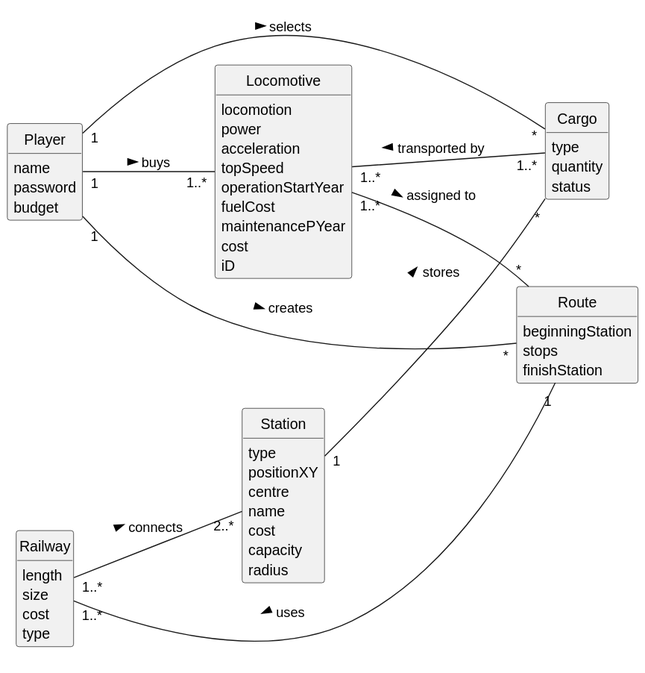
Above: Sprint2/US014/02.analysis/svg/US014-DM.svg in 1240935/pi2-railway-simulator (PlantUML), before the change.
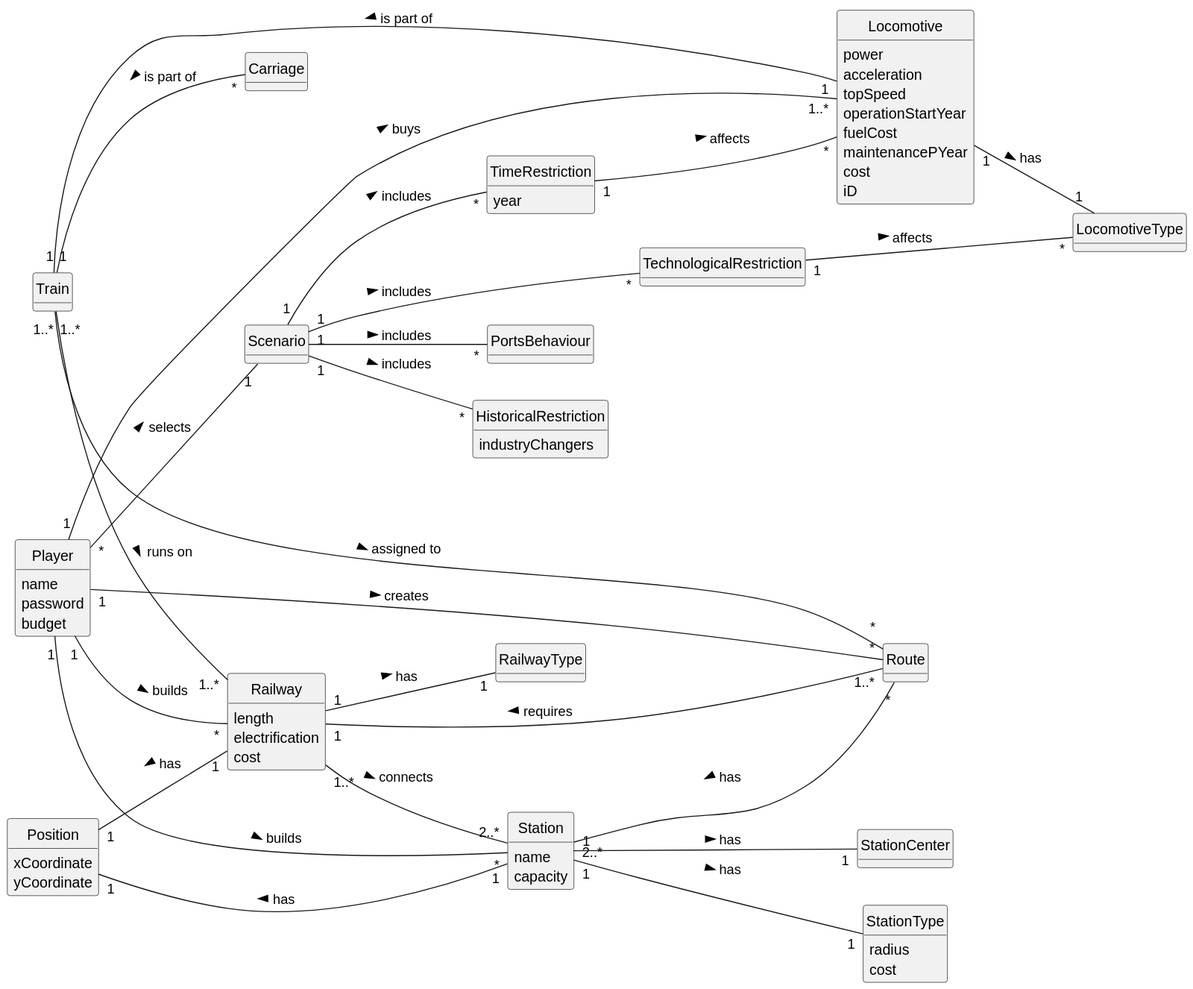
Later version of the same file.

Diff of the diagram source:
```diff
@@ -15,7 +15,6 @@
 }
 
 class Locomotive {
-    locomotion
     power
     acceleration
     topSpeed
@@ -26,41 +25,88 @@
     iD
 }
 
+class LocomotiveType{
+}
+
 class Route {
-    beginningStation
-    stops
-    finishStation
 }
 
 class Station {
-    type
-    positionXY
-    centre
     name
-    cost
     capacity
-    radius
 }
 
-class Cargo {
-    type
-    quantity
-    status
+class StationCenter{
+}
+
+class StationType{
+    radius
+    cost
 }
 
 class Railway{
     length
-    size
+    electrification
     cost
-    type
 }
 
+class RailwayType{
+}
+
+class Position{
+    xCoordinate
+    yCoordinate
+}
+
+class Train {
+}
+
+class Carriage{
+}
+
+class HistoricalRestriction{
+    industryChangers
+}
+
+class TimeRestriction{
+    year
+}
+
+class TechnologicalRestriction{
+}
+
+class PortsBehaviour{
+}
+
+Player "*" -- "1" Scenario : selects >
+Player "1" -- "*" Station : builds >
 Player "1" -- "*" Route : creates >
-Player "1" -- "*"  Cargo : selects >
+Player "1" -- "*" Railway : builds >
 Player "1" -- "1..*" Locomotive : buys >
+
+Scenario "1" -- "*" HistoricalRestriction: includes >
+Scenario "1" -- "*" TechnologicalRestriction: includes >
+Scenario "1" -- "*" TimeRestriction: includes >
+Scenario "1" -- "*" PortsBehaviour: includes >
+
+TimeRestriction "1" -- "*" Locomotive: affects >
+TechnologicalRestriction "1" -- "*" LocomotiveType: affects >
+
+Position "1" -- "1" Station: has <
+Position "1" -- "1" Railway: has <
+
+Station "2..*" -- "*" Route: has <
+Station "1" -- "1" StationType: has >
+Station "1" -- "1" StationCenter: has >
+
+Locomotive "1" -- "1" LocomotiveType: has >
+
+Railway "1" -- "1..*" Route: requires <
 Railway "1..*" -- "2..*" Station : connects >
-Locomotive "1..*" -- "*" Route : assigned to >
-Locomotive "1..*" -- "1..*" Cargo : transported by <
-Railway "1..*" -- "1" Route: uses <
-Station "1" -- "*" Cargo : stores >
+Railway "1" -- "1" RailwayType: has >
+
+Train "1" -- "1" Locomotive: is part of <
+Train "1" -- "*" Carriage: is part of <
+Train "1..*" -- "*" Route : assigned to >
+Train "1..*" -- "1..*" Railway: runs on >
 @enduml
```
